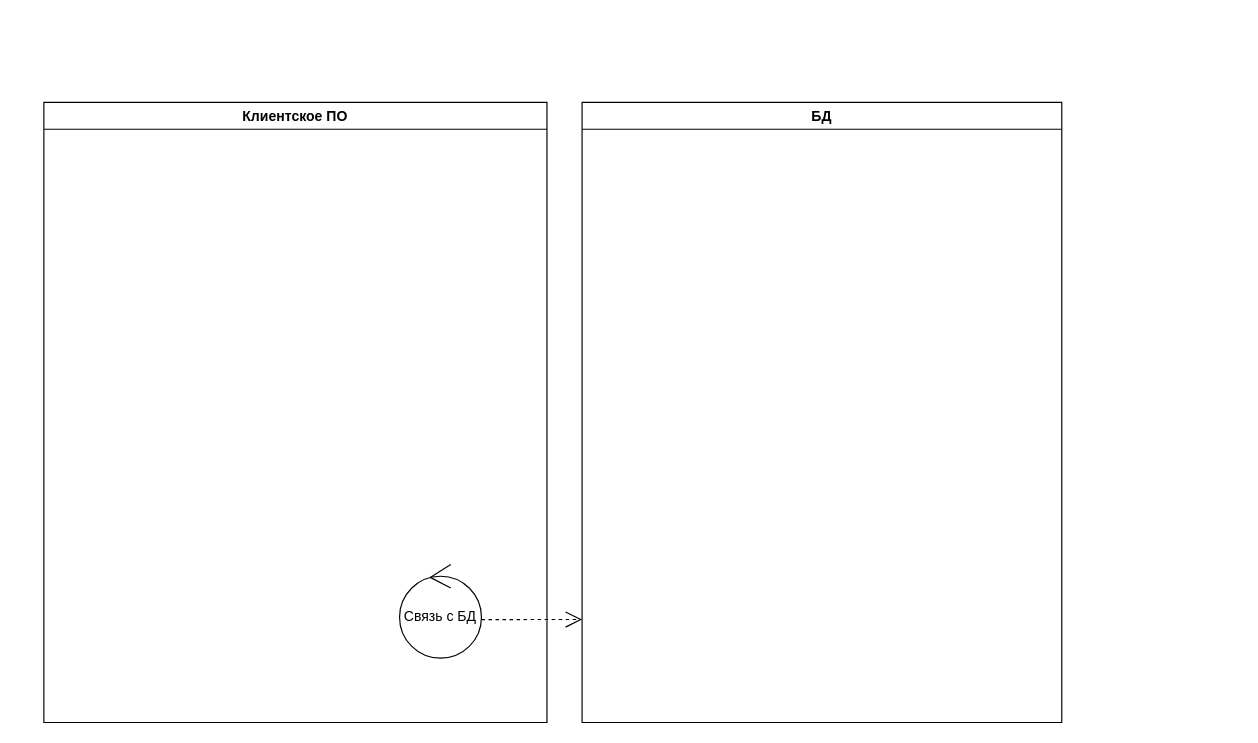
This is Третья практика.drawio from sergkhr/VUZsystemModeling, a draw.io file, before an edit. Source tidied: cells renumbered, new cells numbered last; positions are measured from the earlier drawing's top-left corner, leaving out a move shared by most shapes. Both pictures are drawn from the tidied source at 117%, with x=0, y=0 at pixel (43, 102).
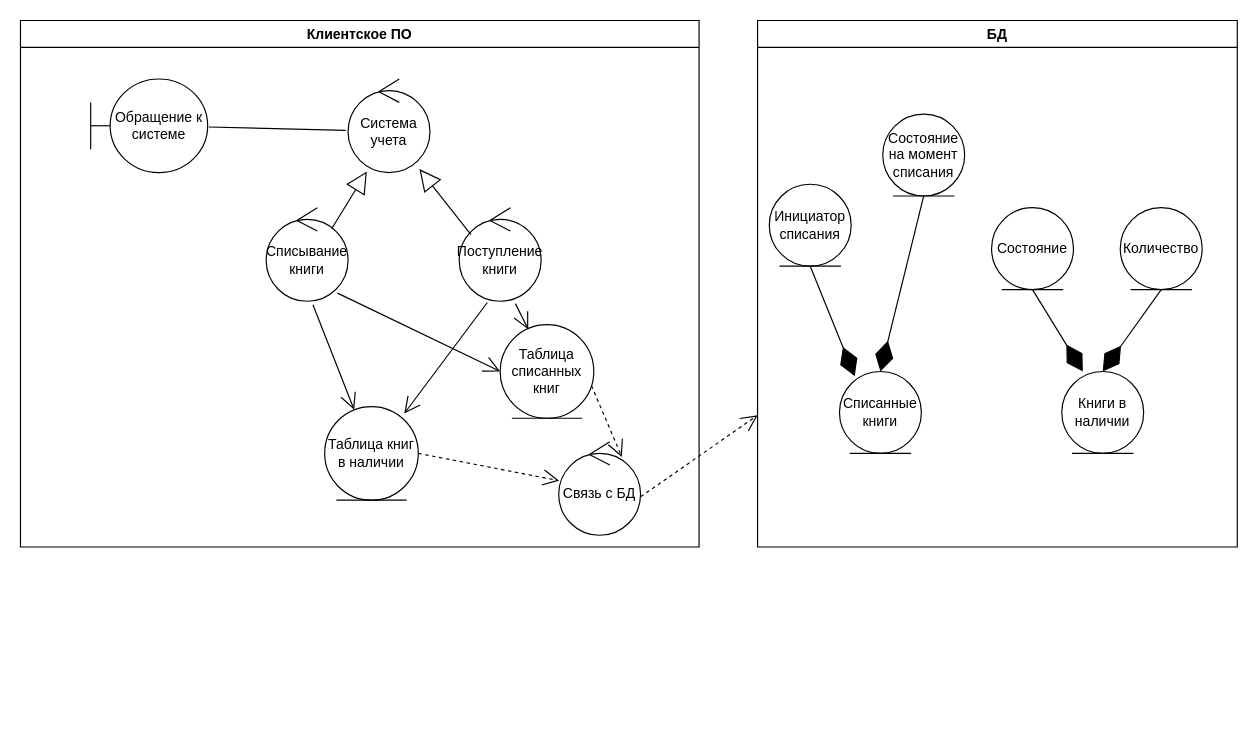
Above is the later version.

Change to the diagram source:
```diff
@@
     <mxCell id="2" value="Клиентское ПО" style="swimlane;whiteSpace=wrap;html=1;" parent="1" vertex="1">
-      <mxGeometry width="430" height="530" as="geometry" />
+      <mxGeometry x="-20" y="-70" width="580" height="450" as="geometry" />
     </mxCell>
     <mxCell id="3" value="Связь с БД" style="ellipse;shape=umlControl;whiteSpace=wrap;html=1;" parent="2" vertex="1">
-      <mxGeometry x="304" y="395" width="70" height="80" as="geometry" />
+      <mxGeometry x="460" y="360" width="70" height="80" as="geometry" />
     </mxCell>
+    <mxCell id="6" value="Таблица книг в наличии" style="ellipse;shape=umlEntity;whiteSpace=wrap;html=1;" parent="2" vertex="1">
+      <mxGeometry x="260" y="330" width="80" height="80" as="geometry" />
+    </mxCell>
+    <mxCell id="7" style="endArrow=open;endSize=12;dashed=1;html=1;rounded=0;exitX=1;exitY=0.5;exitDx=0;exitDy=0;" parent="2" edge="1" source="6" target="3">
+      <mxGeometry x="-0.16" y="32" relative="1" as="geometry" />
+    </mxCell>
+    <mxCell id="8" value="Система учета" style="ellipse;shape=umlControl;whiteSpace=wrap;html=1;" parent="2" vertex="1">
+      <mxGeometry x="280" y="50" width="70" height="80" as="geometry" />
+    </mxCell>
+    <mxCell id="9" value="Списывание книги" style="ellipse;shape=umlControl;whiteSpace=wrap;html=1;" parent="2" vertex="1">
+      <mxGeometry x="210" y="160" width="70" height="80" as="geometry" />
+    </mxCell>
+    <mxCell id="10" value="Поступление книги" style="ellipse;shape=umlControl;whiteSpace=wrap;html=1;" parent="2" vertex="1">
+      <mxGeometry x="375" y="160" width="70" height="80" as="geometry" />
+    </mxCell>
+    <mxCell id="11" style="endArrow=block;endSize=16;endFill=0;html=1;rounded=0;exitX=0.8;exitY=0.225;exitDx=0;exitDy=0;exitPerimeter=0;entryX=0.229;entryY=0.988;entryDx=0;entryDy=0;entryPerimeter=0;" parent="2" edge="1" source="9" target="8">
+      <mxGeometry relative="1" as="geometry" />
+    </mxCell>
+    <mxCell id="12" style="endArrow=block;endSize=16;endFill=0;html=1;rounded=0;entryX=0.871;entryY=0.963;entryDx=0;entryDy=0;entryPerimeter=0;exitX=0.143;exitY=0.288;exitDx=0;exitDy=0;exitPerimeter=0;" parent="2" edge="1" source="10" target="8">
+      <mxGeometry relative="1" as="geometry" />
+    </mxCell>
+    <mxCell id="13" value="Обращение к системе" style="shape=umlBoundary;whiteSpace=wrap;html=1;" parent="2" vertex="1">
+      <mxGeometry x="60" y="50" width="100" height="80" as="geometry" />
+    </mxCell>
+    <mxCell id="14" style="endArrow=none;html=1;rounded=0;exitX=1.01;exitY=0.513;exitDx=0;exitDy=0;exitPerimeter=0;entryX=-0.029;entryY=0.55;entryDx=0;entryDy=0;entryPerimeter=0;" parent="2" edge="1" source="13" target="8">
+      <mxGeometry relative="1" as="geometry" />
+    </mxCell>
+    <mxCell id="15" style="endArrow=open;endFill=1;endSize=12;html=1;rounded=0;exitX=0.571;exitY=1.038;exitDx=0;exitDy=0;exitPerimeter=0;" parent="2" edge="1" source="9" target="6">
+      <mxGeometry relative="1" as="geometry" />
+    </mxCell>
+    <mxCell id="16" style="endArrow=open;endFill=1;endSize=12;html=1;rounded=0;exitX=0.343;exitY=1.013;exitDx=0;exitDy=0;exitPerimeter=0;entryX=0.85;entryY=0.075;entryDx=0;entryDy=0;entryPerimeter=0;" parent="2" edge="1" source="10" target="6">
+      <mxGeometry relative="1" as="geometry" />
+    </mxCell>
+    <mxCell id="17" value="Таблица списанных книг" style="ellipse;shape=umlEntity;whiteSpace=wrap;html=1;" parent="2" vertex="1">
+      <mxGeometry x="410" y="260" width="80" height="80" as="geometry" />
+    </mxCell>
+    <mxCell id="18" style="endArrow=open;endFill=1;endSize=12;html=1;rounded=0;exitX=0.871;exitY=0.913;exitDx=0;exitDy=0;exitPerimeter=0;entryX=0;entryY=0.5;entryDx=0;entryDy=0;" parent="2" edge="1" source="9" target="17">
+      <mxGeometry relative="1" as="geometry" />
+    </mxCell>
+    <mxCell id="19" style="endArrow=open;endFill=1;endSize=12;html=1;rounded=0;exitX=0.686;exitY=1.025;exitDx=0;exitDy=0;exitPerimeter=0;entryX=0.3;entryY=0.05;entryDx=0;entryDy=0;entryPerimeter=0;" parent="2" edge="1" source="10" target="17">
+      <mxGeometry relative="1" as="geometry" />
+    </mxCell>
+    <mxCell id="20" style="endArrow=open;endSize=12;dashed=1;html=1;rounded=0;exitX=0.975;exitY=0.65;exitDx=0;exitDy=0;exitPerimeter=0;entryX=0.771;entryY=0.163;entryDx=0;entryDy=0;entryPerimeter=0;" parent="2" edge="1" source="17" target="3">
+      <mxGeometry x="-0.16" y="32" relative="1" as="geometry" />
+    </mxCell>
     <mxCell id="4" value="БД" style="swimlane;whiteSpace=wrap;html=1;" parent="1" vertex="1">
-      <mxGeometry x="460" width="410" height="530" as="geometry" />
+      <mxGeometry x="610" y="-70" width="410" height="450" as="geometry" />
     </mxCell>
+    <mxCell id="21" value="Книги в наличии" style="ellipse;shape=umlEntity;whiteSpace=wrap;html=1;" parent="4" vertex="1">
+      <mxGeometry x="260" y="300" width="70" height="70" as="geometry" />
+    </mxCell>
+    <mxCell id="22" value="Списанные книги" style="ellipse;shape=umlEntity;whiteSpace=wrap;html=1;" parent="4" vertex="1">
+      <mxGeometry x="70" y="300" width="70" height="70" as="geometry" />
+    </mxCell>
+    <mxCell id="23" value="Количество" style="ellipse;shape=umlEntity;whiteSpace=wrap;html=1;" parent="4" vertex="1">
+      <mxGeometry x="310" y="160" width="70" height="70" as="geometry" />
+    </mxCell>
+    <mxCell id="24" style="endArrow=diamondThin;endFill=1;endSize=24;html=1;rounded=0;exitX=0.5;exitY=1;exitDx=0;exitDy=0;entryX=0.5;entryY=0;entryDx=0;entryDy=0;" parent="4" edge="1" source="23" target="21">
+      <mxGeometry relative="1" as="geometry" />
+    </mxCell>
+    <mxCell id="25" value="Состояние" style="ellipse;shape=umlEntity;whiteSpace=wrap;html=1;" parent="4" vertex="1">
+      <mxGeometry x="200" y="160" width="70" height="70" as="geometry" />
+    </mxCell>
+    <mxCell id="26" style="endArrow=diamondThin;endFill=1;endSize=24;html=1;rounded=0;exitX=0.5;exitY=1;exitDx=0;exitDy=0;entryX=0.257;entryY=0;entryDx=0;entryDy=0;entryPerimeter=0;" parent="4" edge="1" source="25" target="21">
+      <mxGeometry relative="1" as="geometry" />
+    </mxCell>
+    <mxCell id="27" value="Инициатор списания" style="ellipse;shape=umlEntity;whiteSpace=wrap;html=1;" parent="4" vertex="1">
+      <mxGeometry x="10" y="140" width="70" height="70" as="geometry" />
+    </mxCell>
+    <mxCell id="28" style="endArrow=diamondThin;endFill=1;endSize=24;html=1;rounded=0;exitX=0.5;exitY=1;exitDx=0;exitDy=0;entryX=0.186;entryY=0.057;entryDx=0;entryDy=0;entryPerimeter=0;" parent="4" edge="1" source="27" target="22">
+      <mxGeometry relative="1" as="geometry" />
+    </mxCell>
+    <mxCell id="29" value="Состояние на момент списания" style="ellipse;shape=umlEntity;whiteSpace=wrap;html=1;" parent="4" vertex="1">
+      <mxGeometry x="107" y="80" width="70" height="70" as="geometry" />
+    </mxCell>
+    <mxCell id="30" style="endArrow=diamondThin;endFill=1;endSize=24;html=1;rounded=0;exitX=0.5;exitY=1;exitDx=0;exitDy=0;entryX=0.5;entryY=0;entryDx=0;entryDy=0;" parent="4" edge="1" source="29" target="22">
+      <mxGeometry relative="1" as="geometry" />
+    </mxCell>
-    <mxCell id="5" style="endArrow=open;endSize=12;dashed=1;html=1;rounded=0;exitX=1;exitY=0.588;exitDx=0;exitDy=0;exitPerimeter=0;" parent="1" edge="1" source="3">
-      <mxGeometry x="-0.16" y="32" relative="1" as="geometry">
-        <mxPoint x="460" y="442" as="targetPoint" />
-      </mxGeometry>
+    <mxCell id="5" style="endArrow=open;endSize=12;dashed=1;html=1;rounded=0;exitX=1;exitY=0.588;exitDx=0;exitDy=0;exitPerimeter=0;entryX=0;entryY=0.75;entryDx=0;entryDy=0;" parent="1" edge="1" source="3" target="4">
+      <mxGeometry x="-0.16" y="32" relative="1" as="geometry" />
     </mxCell>
```
